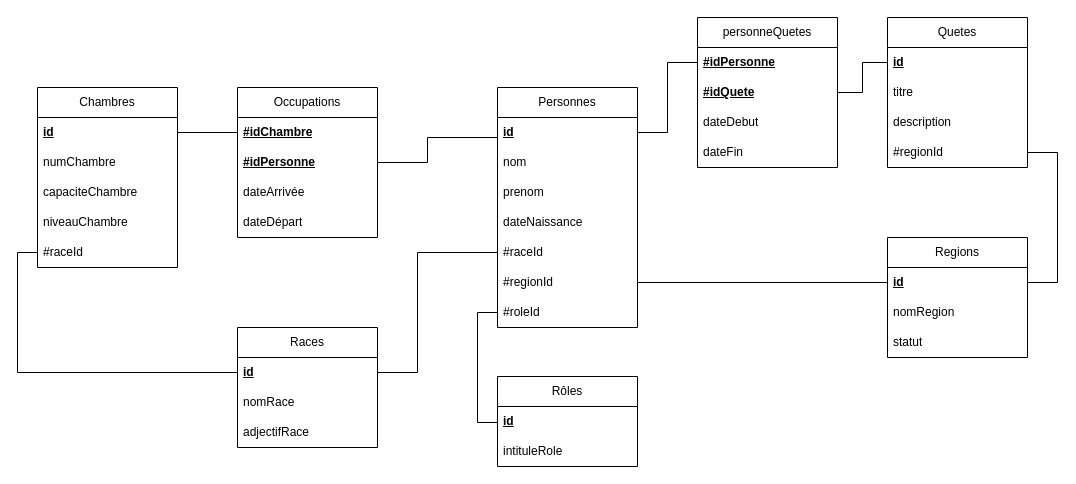
Before: page "mld" (2 of 3) of fondcombe-merise.drawio in Quentinc63/Fondcombe, a draw.io diagram. Source tidied: cells renumbered, new cells numbered last; positions are measured from the earlier drawing's top-left corner, leaving out a move shared by most shapes. Both pictures are drawn from the tidied source at 100%, with x=0, y=0 at pixel (37, 17).
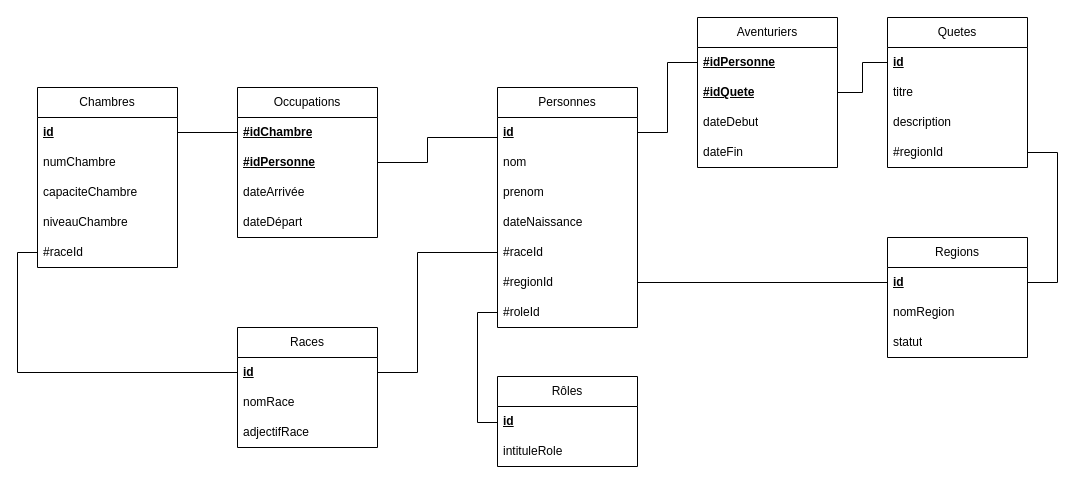
The same diagram, later.

Change to the diagram source:
```diff
@@
-    <mxCell id="28" value="personneQuetes" style="swimlane;fontStyle=0;horizontal=1;startSize=30;whiteSpace=wrap;html=1;" parent="1" vertex="1">
+    <mxCell id="28" value="Aventuriers" style="swimlane;fontStyle=0;horizontal=1;startSize=30;whiteSpace=wrap;html=1;" parent="1" vertex="1">
       <mxGeometry x="660" width="140" height="150" as="geometry" />
     </mxCell>
```
